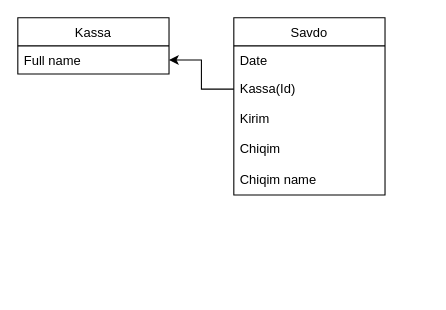
Earlier version of the draw.io diagram ERD.drawio (AlibekKhudoykulov/SalesStatistics). Source tidied: cells renumbered, new cells numbered last; positions are measured from the earlier drawing's top-left corner, leaving out a move shared by most shapes. Both pictures are drawn from the tidied source at 108%, with x=0, y=0 at pixel (17, 17).
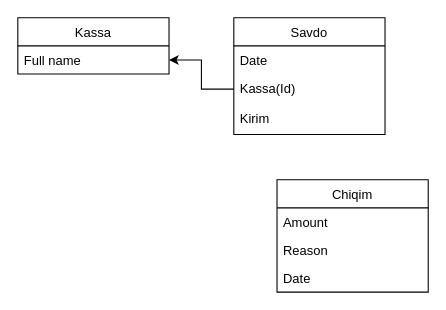
Above is the later version.

The edit, as a diff of the source:
```diff
@@
 <mxGraphModel>
   <root>
     <mxCell id="0" />
     <mxCell id="1" parent="0" />
     <mxCell id="2" value="Savdo" style="swimlane;fontStyle=0;horizontal=1;startSize=26;fillColor=none;" parent="1" vertex="1">
-      <mxGeometry x="200" width="140" height="164" as="geometry" />
+      <mxGeometry x="200" width="140" height="108" as="geometry" />
     </mxCell>
     <mxCell id="3" value="Date" style="text;strokeColor=none;fillColor=none;align=left;verticalAlign=top;spacingLeft=4;spacingRight=4;overflow=hidden;" parent="2" vertex="1">
       <mxGeometry y="26" width="140" height="26" as="geometry" />
     </mxCell>
     <mxCell id="4" value="Kassa(Id)" style="text;strokeColor=none;fillColor=none;align=left;verticalAlign=top;spacingLeft=4;spacingRight=4;overflow=hidden;points=[[0,0.5],[1,0.5]];portConstraint=eastwest;" parent="2" vertex="1">
       <mxGeometry y="52" width="140" height="28" as="geometry" />
     </mxCell>
     <mxCell id="5" value="Kirim" style="text;strokeColor=none;fillColor=none;align=left;verticalAlign=top;spacingLeft=4;spacingRight=4;overflow=hidden;" parent="2" vertex="1">
       <mxGeometry y="80" width="140" height="28" as="geometry" />
     </mxCell>
-    <mxCell id="6" value="Chiqim" style="text;strokeColor=none;fillColor=none;align=left;verticalAlign=top;spacingLeft=4;spacingRight=4;overflow=hidden;" parent="2" vertex="1">
-      <mxGeometry y="108" width="140" height="28" as="geometry" />
-    </mxCell>
-    <mxCell id="7" value="Chiqim name" style="text;strokeColor=none;fillColor=none;align=left;verticalAlign=top;spacingLeft=4;spacingRight=4;overflow=hidden;" parent="2" vertex="1">
-      <mxGeometry y="136" width="140" height="28" as="geometry" />
-    </mxCell>
     <mxCell id="8" value="Kassa" style="swimlane;fontStyle=0;horizontal=1;startSize=26;fillColor=none;" parent="1" vertex="1">
       <mxGeometry width="140" height="52" as="geometry" />
     </mxCell>
     <mxCell id="9" value="Full name" style="text;strokeColor=none;fillColor=none;align=left;verticalAlign=top;spacingLeft=4;spacingRight=4;overflow=hidden;points=[[0,0.5],[1,0.5]];portConstraint=eastwest;" parent="8" vertex="1">
       <mxGeometry y="26" width="140" height="26" as="geometry" />
     </mxCell>
     <mxCell id="10" style="edgeStyle=orthogonalEdgeStyle;rounded=0;jettySize=auto;html=1;exitX=0;exitY=0.5;exitDx=0;exitDy=0;" parent="1" edge="1" source="4" target="9">
       <mxGeometry relative="1" as="geometry" />
     </mxCell>
+    <mxCell id="6" value="Chiqim" style="swimlane;fontStyle=0;horizontal=1;startSize=26;fillColor=none;" parent="1" vertex="1">
+      <mxGeometry x="240" y="150" width="140" height="104" as="geometry" />
+    </mxCell>
+    <mxCell id="11" value="Amount" style="text;strokeColor=none;fillColor=none;align=left;verticalAlign=top;spacingLeft=4;spacingRight=4;overflow=hidden;" parent="6" vertex="1">
+      <mxGeometry y="26" width="140" height="26" as="geometry" />
+    </mxCell>
+    <mxCell id="12" value="Reason" style="text;strokeColor=none;fillColor=none;align=left;verticalAlign=top;spacingLeft=4;spacingRight=4;overflow=hidden;" parent="6" vertex="1">
+      <mxGeometry y="52" width="140" height="26" as="geometry" />
+    </mxCell>
+    <mxCell id="13" value="Date" style="text;strokeColor=none;fillColor=none;align=left;verticalAlign=top;spacingLeft=4;spacingRight=4;overflow=hidden;" parent="6" vertex="1">
+      <mxGeometry y="78" width="140" height="26" as="geometry" />
+    </mxCell>
   </root>
 </mxGraphModel>
```
